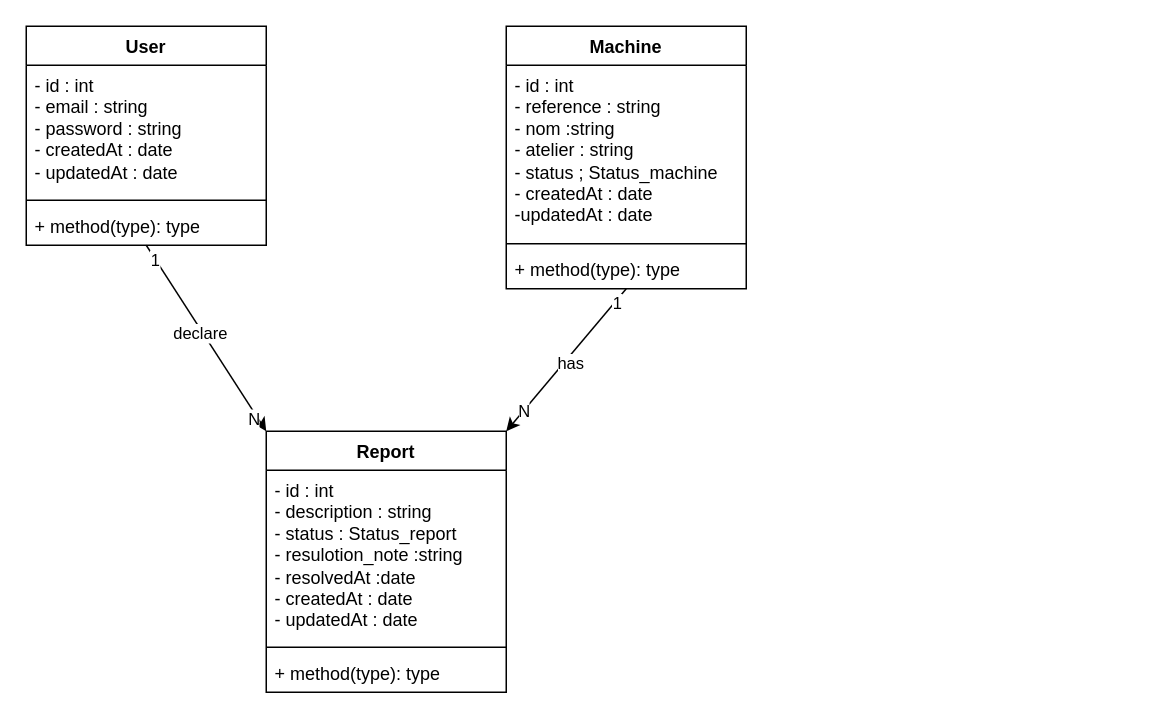
Above: docs/diagramme_classe.drawio in razaane/MachineCare (draw.io), before the change. Source tidied: cells renumbered, new cells numbered last; positions are measured from the earlier drawing's top-left corner, leaving out a move shared by most shapes. Both pictures are drawn from the tidied source at 150%, with x=0, y=0 at pixel (26, 26).
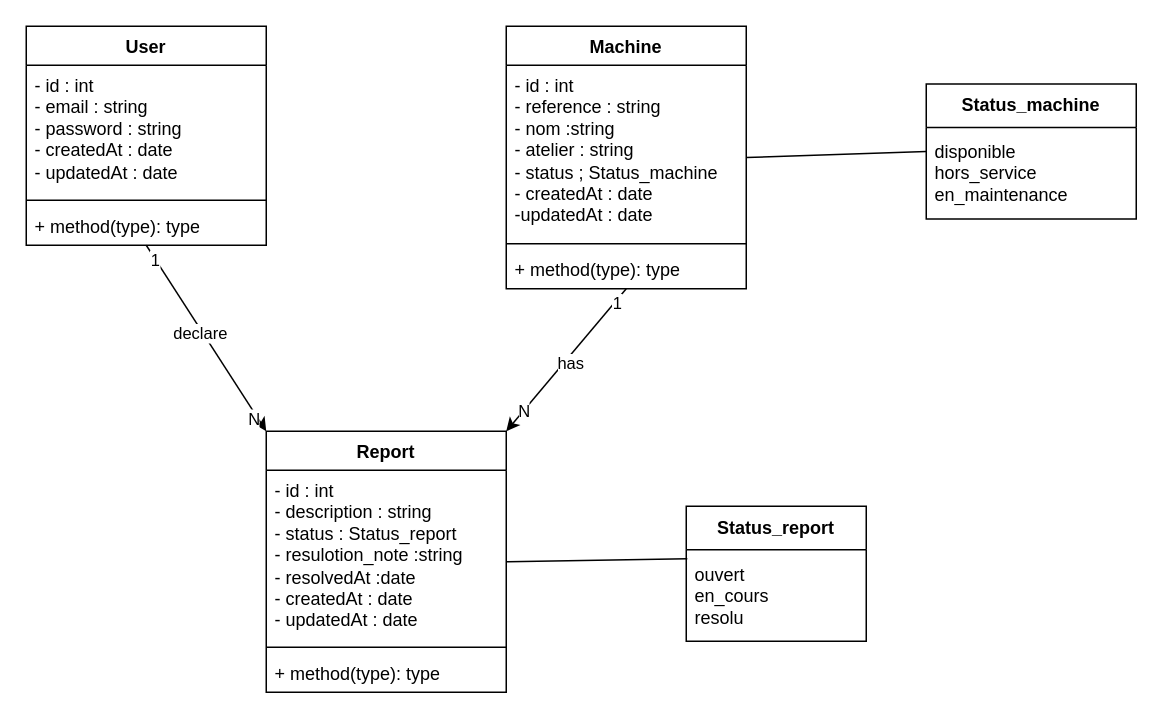
Above is the later version.

Commit message:
MAC-23 Concevoir le diagramme

Unchanged cells that the change refers to:
```xml
<mxCell id="10" value="Report" style="swimlane;fontStyle=1;align=center;verticalAlign=top;horizontal=1;startSize=26;whiteSpace=wrap;html=1;" parent="1" vertex="1">
  <mxGeometry x="160" y="270" width="160" height="174" as="geometry" />
</mxCell>
<mxCell id="18" value="Machine" style="swimlane;fontStyle=1;align=center;verticalAlign=top;horizontal=1;startSize=26;whiteSpace=wrap;html=1;" parent="1" vertex="1">
  <mxGeometry x="320" width="160" height="175" as="geometry" />
</mxCell>
```

Change to the diagram source:
```diff
@@
+    <mxCell id="22" style="edgeStyle=none;html=1;exitX=1;exitY=0.5;exitDx=0;exitDy=0;entryX=0;entryY=0.5;entryDx=0;entryDy=0;endArrow=none;endFill=0;" parent="1" edge="1" source="18" target="23">
+      <mxGeometry relative="1" as="geometry" />
+    </mxCell>
@@
+    <mxCell id="23" value="Status_machine" style="swimlane;fontStyle=1;align=center;verticalAlign=middle;horizontal=1;startSize=29;html=1;whiteSpace=wrap;" parent="1" vertex="1">
+      <mxGeometry x="600" y="38.5" width="140" height="90" as="geometry" />
+    </mxCell>
+    <mxCell id="24" value="disponible&amp;nbsp;&lt;div&gt;hors_service&lt;/div&gt;&lt;div&gt;en_maintenance&lt;/div&gt;" style="text;html=1;strokeColor=none;fillColor=none;align=left;verticalAlign=middle;spacingLeft=4;spacingRight=4;overflow=hidden;whiteSpace=wrap;" parent="23" vertex="1">
+      <mxGeometry y="29" width="140" height="61" as="geometry" />
+    </mxCell>
+    <mxCell id="25" value="Status_report" style="swimlane;fontStyle=1;align=center;verticalAlign=middle;horizontal=1;startSize=29;html=1;whiteSpace=wrap;" parent="1" vertex="1">
+      <mxGeometry x="440" y="320" width="120" height="90" as="geometry" />
+    </mxCell>
+    <mxCell id="26" value="ouvert&amp;nbsp;&lt;div&gt;en_cours&lt;/div&gt;&lt;div&gt;resolu&lt;/div&gt;" style="text;html=1;strokeColor=none;fillColor=none;align=left;verticalAlign=middle;spacingLeft=4;spacingRight=4;overflow=hidden;points=[[0,0.5],[1,0.5]];portConstraint=eastwest;whiteSpace=wrap;" parent="25" vertex="1">
+      <mxGeometry y="29" width="120" height="61" as="geometry" />
+    </mxCell>
+    <mxCell id="27" style="edgeStyle=none;html=1;exitX=1;exitY=0.5;exitDx=0;exitDy=0;entryX=0.006;entryY=0.098;entryDx=0;entryDy=0;entryPerimeter=0;endArrow=none;endFill=0;" parent="1" edge="1" source="10" target="26">
+      <mxGeometry relative="1" as="geometry" />
+    </mxCell>
```
